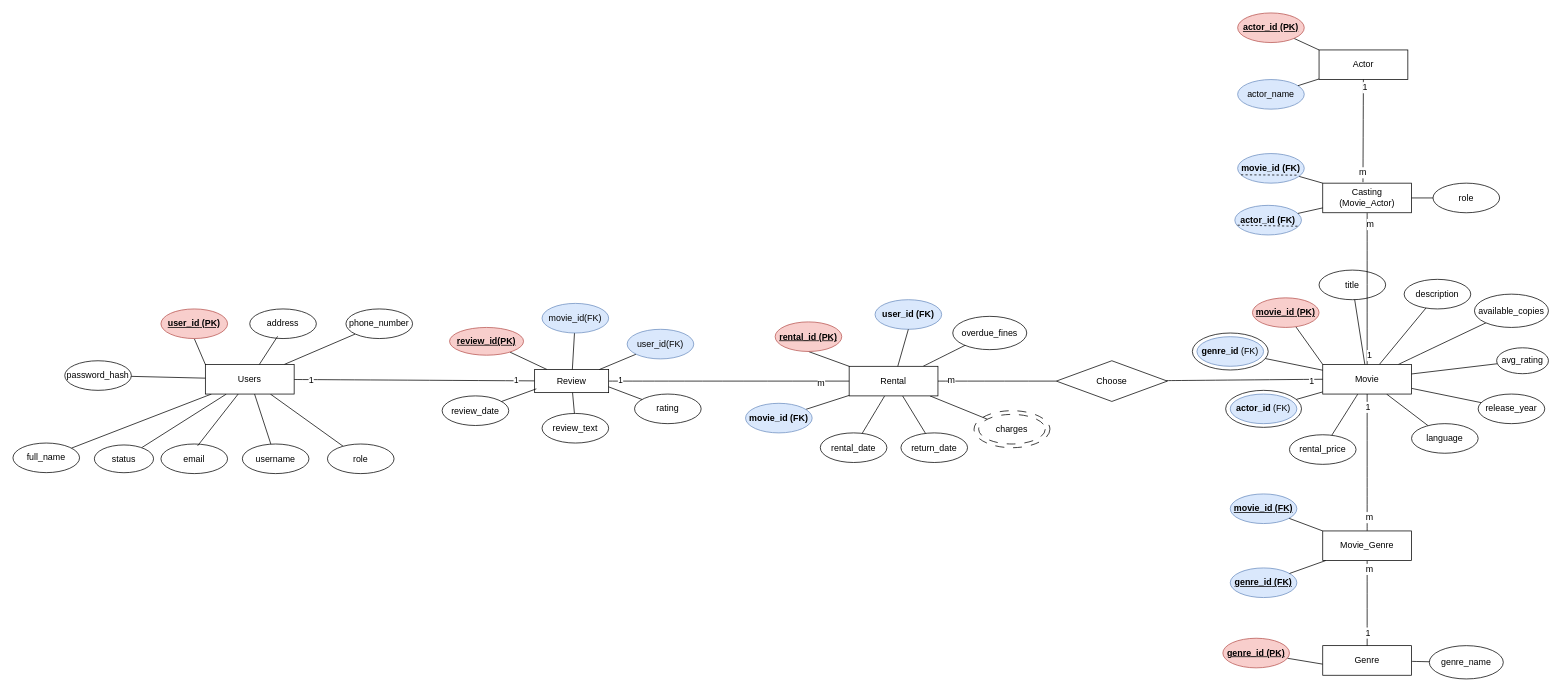
This is ERD_MovieRentalSystem.drawio from TAK1ST/Rentail-Movie, a draw.io file, before an edit. Source tidied: cells renumbered, new cells numbered last; positions are measured from the earlier drawing's top-left corner, leaving out a move shared by most shapes. Both pictures are drawn from the tidied source at 74%, with x=0, y=0 at pixel (13, 13).
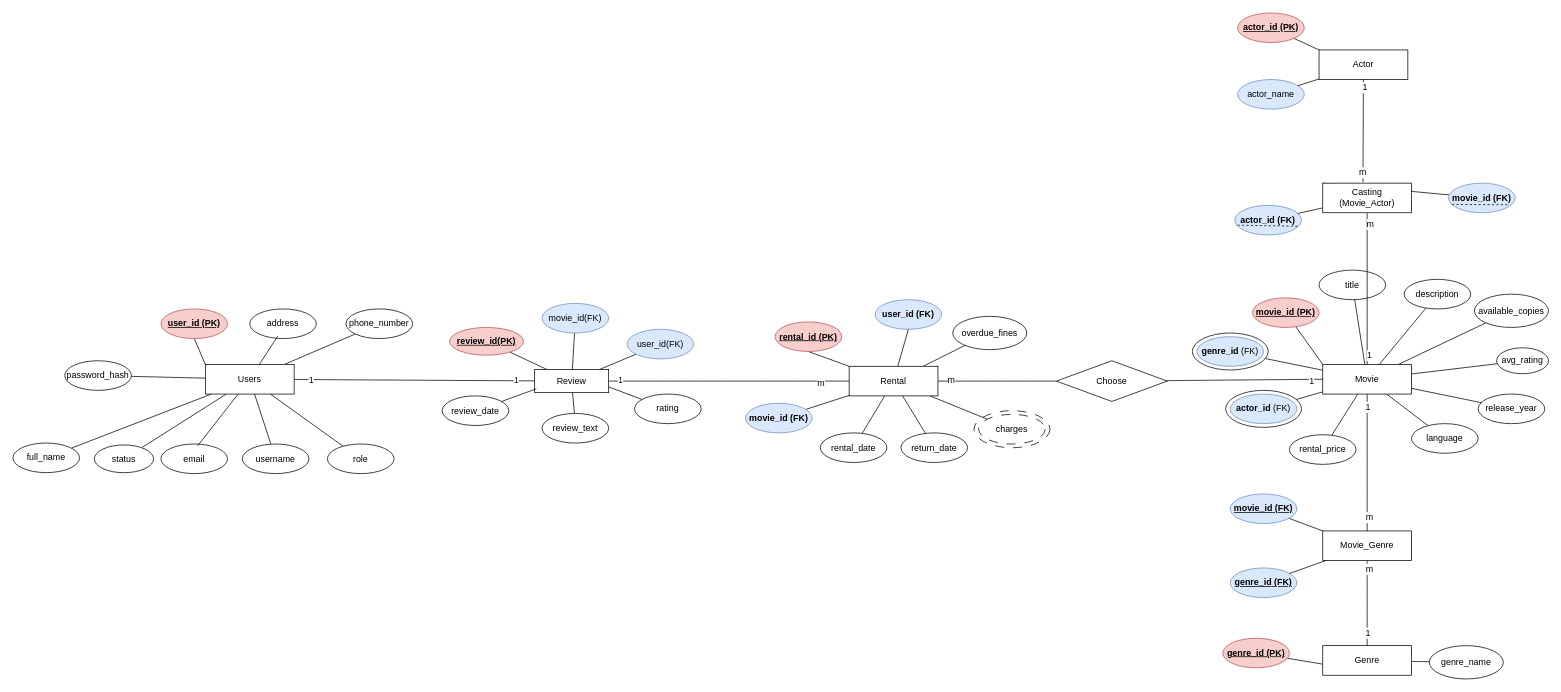
The same diagram, later.

Unchanged cells that the change refers to:
```xml
<mxCell id="69" value="Casting (Movie_Actor)" style="whiteSpace=wrap;html=1;strokeColor=default;" parent="1" vertex="1">
  <mxGeometry x="1770" y="230" width="120" height="40" as="geometry" />
</mxCell>
```

Change to the diagram source:
```diff
@@
-    <mxCell id="70" value="role" style="ellipse;whiteSpace=wrap;html=1;" parent="1" vertex="1">
-      <mxGeometry x="1919" y="230" width="90" height="40" as="geometry" />
-    </mxCell>
@@
     <mxCell id="72" value="&lt;strong&gt;movie_id&lt;/strong&gt; (FK)" style="ellipse;whiteSpace=wrap;html=1;fillColor=#dae8fc;strokeColor=#6c8ebf;fontStyle=1;" parent="1" vertex="1">
-      <mxGeometry x="1655" y="190" width="90" height="40" as="geometry" />
+      <mxGeometry x="1940" y="230" width="90" height="40" as="geometry" />
     </mxCell>
@@
-    <mxCell id="74" style="edgeStyle=none;curved=0;rounded=0;jettySize=auto;html=1;entryX=0;entryY=0.5;entryDx=0;entryDy=0;fontSize=12;startSize=8;endSize=8;strokeColor=default;endArrow=none;endFill=0;startArrow=none;startFill=0;strokeWidth=1;" parent="1" edge="1" source="69" target="70">
-      <mxGeometry relative="1" as="geometry" />
-    </mxCell>
```
